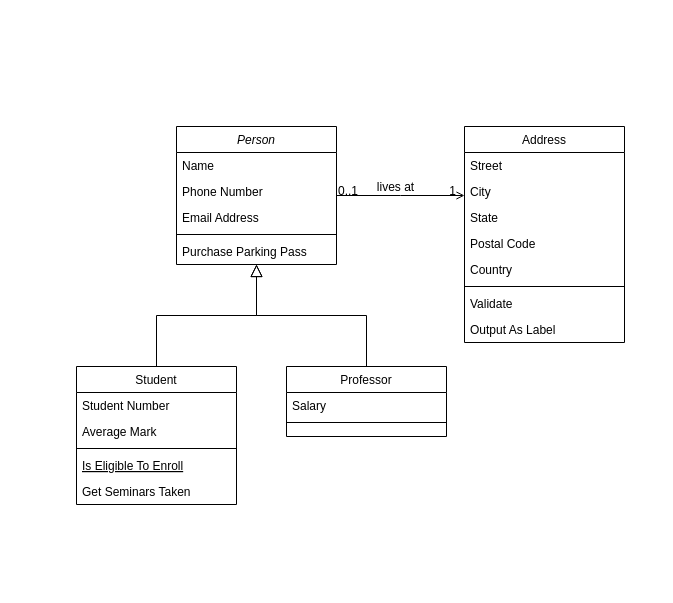
Earlier version of the draw.io diagram Untitled Diagram.drawio (Lalit1431/TDP_SchemaDesign). Source tidied: cells renumbered, new cells numbered last; positions are measured from the earlier drawing's top-left corner, leaving out a move shared by most shapes. Both pictures are drawn from the tidied source at 100%, with x=0, y=0 at pixel (76, 126).
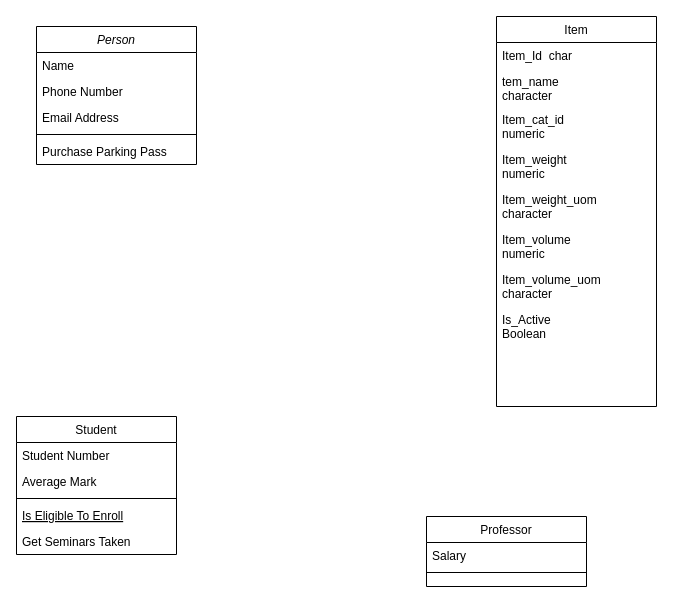
The same page after the edit.

Change to the diagram source:
```diff
@@
     <mxCell id="2" value="Person" style="swimlane;fontStyle=2;align=center;verticalAlign=top;horizontal=1;startSize=26;rounded=0;shadow=0;strokeWidth=1;" parent="1" vertex="1">
-      <mxGeometry x="100" width="160" height="138" as="geometry" />
+      <mxGeometry x="-40" y="-100" width="160" height="138" as="geometry" />
     </mxCell>
@@
     <mxCell id="8" value="Student" style="swimlane;fontStyle=0;align=center;verticalAlign=top;horizontal=1;startSize=26;rounded=0;shadow=0;strokeWidth=1;" parent="1" vertex="1">
-      <mxGeometry y="240" width="160" height="138" as="geometry" />
+      <mxGeometry x="-60" y="290" width="160" height="138" as="geometry" />
     </mxCell>
@@
-    <mxCell id="14" style="endArrow=block;endSize=10;endFill=0;shadow=0;strokeWidth=1;rounded=0;edgeStyle=elbowEdgeStyle;elbow=vertical;" parent="1" edge="1" source="8" target="2">
-      <mxGeometry relative="1" as="geometry" />
-    </mxCell>
     <mxCell id="15" value="Professor" style="swimlane;fontStyle=0;align=center;verticalAlign=top;horizontal=1;startSize=26;rounded=0;shadow=0;strokeWidth=1;" parent="1" vertex="1">
-      <mxGeometry x="210" y="240" width="160" height="70" as="geometry" />
+      <mxGeometry x="350" y="390" width="160" height="70" as="geometry" />
     </mxCell>
@@
-    <mxCell id="18" style="endArrow=block;endSize=10;endFill=0;shadow=0;strokeWidth=1;rounded=0;edgeStyle=elbowEdgeStyle;elbow=vertical;" parent="1" edge="1" source="15" target="2">
-      <mxGeometry relative="1" as="geometry" />
-    </mxCell>
-    <mxCell id="19" value="Address" style="swimlane;fontStyle=0;align=center;verticalAlign=top;horizontal=1;startSize=26;rounded=0;shadow=0;strokeWidth=1;" parent="1" vertex="1">
-      <mxGeometry x="388" width="160" height="216" as="geometry" />
+    <mxCell id="19" value="Item" style="swimlane;fontStyle=0;align=center;verticalAlign=top;horizontal=1;startSize=26;rounded=0;shadow=0;strokeWidth=1;" parent="1" vertex="1">
+      <mxGeometry x="420" y="-110" width="160" height="390" as="geometry" />
     </mxCell>
-    <mxCell id="20" value="Street" style="text;align=left;verticalAlign=top;spacingLeft=4;spacingRight=4;overflow=hidden;" parent="19" vertex="1">
+    <mxCell id="20" value="Item_Id  char" style="text;align=left;verticalAlign=top;spacingLeft=4;spacingRight=4;overflow=hidden;" parent="19" vertex="1">
       <mxGeometry y="26" width="160" height="26" as="geometry" />
     </mxCell>
-    <mxCell id="21" value="City" style="text;align=left;verticalAlign=top;spacingLeft=4;spacingRight=4;overflow=hidden;rounded=0;shadow=0;html=0;" parent="19" vertex="1">
-      <mxGeometry y="52" width="160" height="26" as="geometry" />
+    <mxCell id="21" value="tem_name&#10;character" style="text;align=left;verticalAlign=top;spacingLeft=4;spacingRight=4;overflow=hidden;rounded=0;shadow=0;html=0;" parent="19" vertex="1">
+      <mxGeometry y="52" width="160" height="38" as="geometry" />
     </mxCell>
-    <mxCell id="22" value="State" style="text;align=left;verticalAlign=top;spacingLeft=4;spacingRight=4;overflow=hidden;rounded=0;shadow=0;html=0;" parent="19" vertex="1">
-      <mxGeometry y="78" width="160" height="26" as="geometry" />
+    <mxCell id="22" value="Item_cat_id&#10;numeric" style="text;align=left;verticalAlign=top;spacingLeft=4;spacingRight=4;overflow=hidden;rounded=0;shadow=0;html=0;" parent="19" vertex="1">
+      <mxGeometry y="90" width="160" height="40" as="geometry" />
     </mxCell>
+    <mxCell id="24" value="Item_weight&#10;numeric" style="text;align=left;verticalAlign=top;spacingLeft=4;spacingRight=4;overflow=hidden;rounded=0;shadow=0;html=0;" parent="19" vertex="1">
+      <mxGeometry y="130" width="160" height="40" as="geometry" />
+    </mxCell>
+    <mxCell id="27" value="Item_weight_uom&#10;character" style="text;align=left;verticalAlign=top;spacingLeft=4;spacingRight=4;overflow=hidden;" parent="19" vertex="1">
+      <mxGeometry y="170" width="160" height="40" as="geometry" />
+    </mxCell>
-    <mxCell id="23" value="Postal Code" style="text;align=left;verticalAlign=top;spacingLeft=4;spacingRight=4;overflow=hidden;rounded=0;shadow=0;html=0;" parent="19" vertex="1">
-      <mxGeometry y="104" width="160" height="26" as="geometry" />
+    <mxCell id="23" value="Item_volume&#10;numeric" style="text;align=left;verticalAlign=top;spacingLeft=4;spacingRight=4;overflow=hidden;rounded=0;shadow=0;html=0;" parent="19" vertex="1">
+      <mxGeometry y="210" width="160" height="40" as="geometry" />
     </mxCell>
-    <mxCell id="24" value="Country" style="text;align=left;verticalAlign=top;spacingLeft=4;spacingRight=4;overflow=hidden;rounded=0;shadow=0;html=0;" parent="19" vertex="1">
-      <mxGeometry y="130" width="160" height="26" as="geometry" />
-    </mxCell>
-    <mxCell id="25" style="line;html=1;strokeWidth=1;align=left;verticalAlign=middle;spacingTop=-1;spacingLeft=3;spacingRight=3;labelPosition=right;" parent="19" vertex="1">
-      <mxGeometry y="156" width="160" height="8" as="geometry" />
-    </mxCell>
-    <mxCell id="26" value="Validate" style="text;align=left;verticalAlign=top;spacingLeft=4;spacingRight=4;overflow=hidden;" parent="19" vertex="1">
-      <mxGeometry y="164" width="160" height="26" as="geometry" />
-    </mxCell>
-    <mxCell id="27" value="Output As Label" style="text;align=left;verticalAlign=top;spacingLeft=4;spacingRight=4;overflow=hidden;" parent="19" vertex="1">
-      <mxGeometry y="190" width="160" height="26" as="geometry" />
-    </mxCell>
-    <mxCell id="28" style="endArrow=open;shadow=0;strokeWidth=1;rounded=0;endFill=1;edgeStyle=elbowEdgeStyle;elbow=vertical;" parent="1" edge="1" source="2" target="19">
-      <mxGeometry x="0.5" y="41" relative="1" as="geometry">
-        <mxPoint x="-40" y="32" as="offset" />
-      </mxGeometry>
-    </mxCell>
-    <mxCell id="29" value="0..1" style="align=left;verticalAlign=bottom;labelBackgroundColor=none;fontSize=12;" parent="28" vertex="1">
-      <mxGeometry x="-1" relative="1" as="geometry">
-        <mxPoint y="4" as="offset" />
-      </mxGeometry>
-    </mxCell>
-    <mxCell id="30" value="1" style="align=right;verticalAlign=bottom;labelBackgroundColor=none;fontSize=12;" parent="28" vertex="1">
-      <mxGeometry x="1" relative="1" as="geometry">
-        <mxPoint x="-7" y="4" as="offset" />
-      </mxGeometry>
-    </mxCell>
-    <mxCell id="31" value="lives at" style="text;html=1;align=center;verticalAlign=middle;labelBackgroundColor=none;rounded=0;shadow=0;strokeWidth=1;fontSize=12;" parent="28" vertex="1">
-      <mxGeometry x="0.5" y="49" relative="1" as="geometry">
-        <mxPoint x="-38" y="40" as="offset" />
-      </mxGeometry>
-    </mxCell>
+    <mxCell id="32" value="Item_volume_uom&#10;character" style="text;align=left;verticalAlign=top;spacingLeft=4;spacingRight=4;overflow=hidden;rounded=0;shadow=0;html=0;" parent="19" vertex="1">
+      <mxGeometry y="250" width="160" height="40" as="geometry" />
+    </mxCell>
+    <mxCell id="33" value="Is_Active&#10;Boolean" style="text;align=left;verticalAlign=top;spacingLeft=4;spacingRight=4;overflow=hidden;rounded=0;shadow=0;html=0;" parent="19" vertex="1">
+      <mxGeometry y="290" width="160" height="40" as="geometry" />
+    </mxCell>
```
